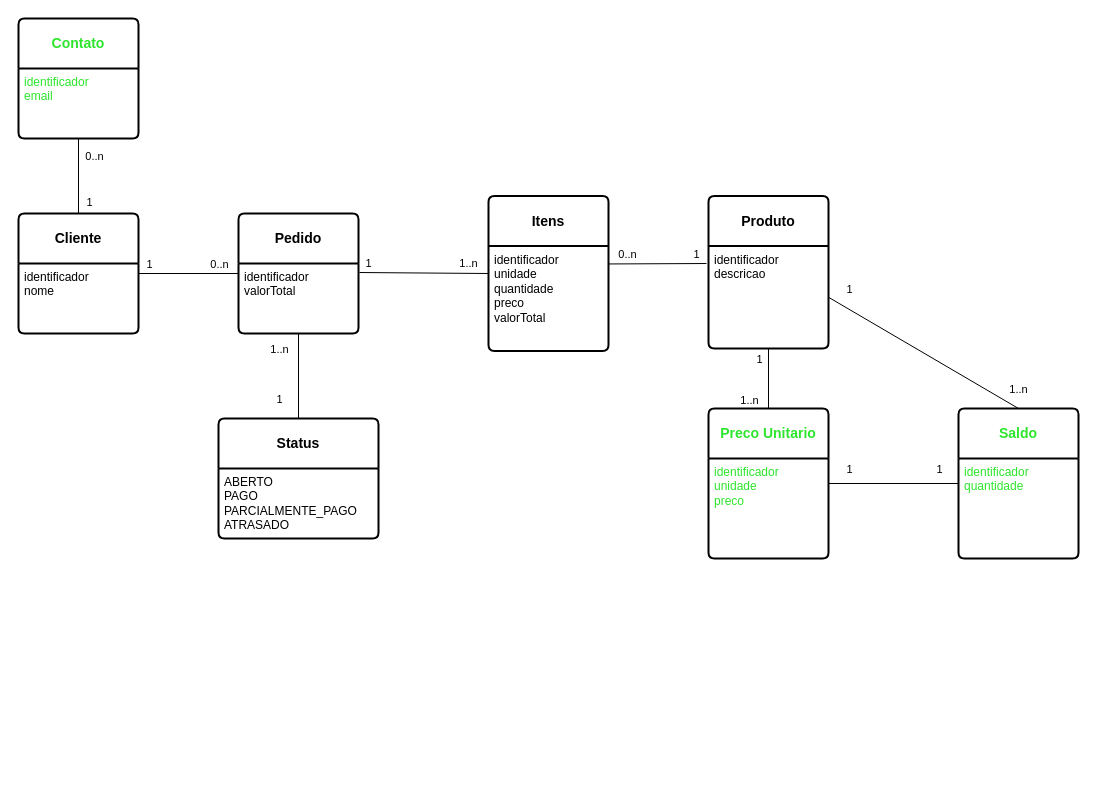
Before: page "Fiado" (2 of 2) of patterns/Algafood.drawio in bcmes/diagrams, a draw.io diagram. Source tidied: cells renumbered, new cells numbered last; positions are measured from the earlier drawing's top-left corner, leaving out a move shared by most shapes. Both pictures are drawn from the tidied source at 100%, with x=0, y=0 at pixel (18, 18).
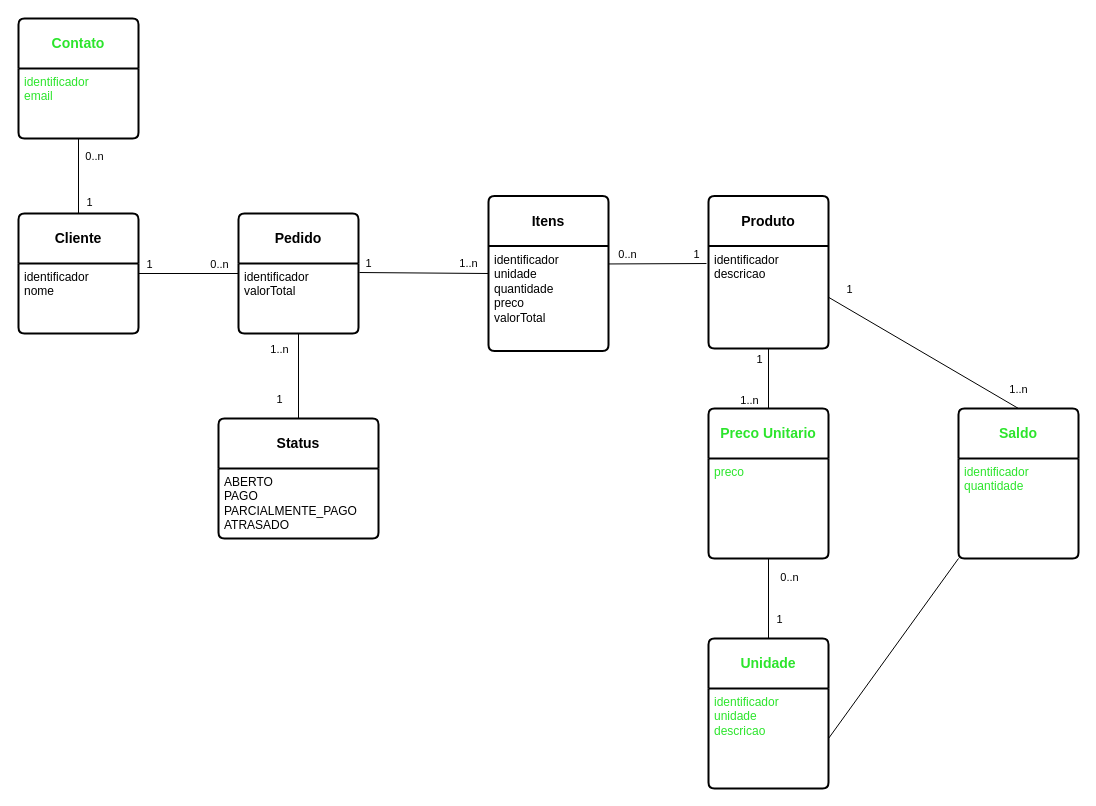
After the change.

Unchanged cells that the change refers to:
```xml
<mxCell id="24" value="&lt;b&gt;Preco Unitario&lt;br&gt;&lt;/b&gt;" style="swimlane;horizontal=1;startSize=50;rounded=1;fontSize=14;fontStyle=0;strokeWidth=2;shadow=0;dashed=0;align=center;arcSize=4;whiteSpace=wrap;html=1;fontColor=#2CE52C;" parent="1" vertex="1">
  <mxGeometry x="690" y="390" width="120" height="150" as="geometry" />
</mxCell>
<mxCell id="35" value="&lt;div&gt;&lt;font color=&quot;#2ce52c&quot;&gt;identificador&lt;/font&gt;&lt;/div&gt;&lt;div&gt;&lt;font color=&quot;#2ce52c&quot;&gt;quantidade&lt;br&gt;&lt;/font&gt;&lt;/div&gt;&lt;font color=&quot;#2ce52c&quot;&gt;&lt;/font&gt;" style="align=left;strokeColor=none;fillColor=none;spacingLeft=4;fontSize=12;verticalAlign=top;html=1;" parent="34" vertex="1">
  <mxGeometry y="50" width="120" height="100" as="geometry" />
</mxCell>
```

The edit, as a diff of the source:
```diff
@@
-    <mxCell id="25" value="&lt;div&gt;&lt;font color=&quot;#2ce52c&quot;&gt;identificador&lt;/font&gt;&lt;/div&gt;&lt;div&gt;&lt;font color=&quot;#2ce52c&quot;&gt;unidade&lt;br&gt;&lt;/font&gt;&lt;/div&gt;&lt;div&gt;&lt;font color=&quot;#2ce52c&quot;&gt;preco&lt;/font&gt;&lt;/div&gt;" style="align=left;strokeColor=none;fillColor=none;spacingLeft=4;fontSize=12;verticalAlign=top;html=1;" parent="24" vertex="1">
+    <mxCell id="25" value="&lt;div&gt;&lt;font color=&quot;#2ce52c&quot;&gt;preco&lt;/font&gt;&lt;/div&gt;" style="align=left;strokeColor=none;fillColor=none;spacingLeft=4;fontSize=12;verticalAlign=top;html=1;" parent="24" vertex="1">
       <mxGeometry y="50" width="120" height="100" as="geometry" />
     </mxCell>
@@
-    <mxCell id="39" style="endArrow=none;html=1;rounded=0;exitX=0;exitY=0.25;exitDx=0;exitDy=0;entryX=1;entryY=0.25;entryDx=0;entryDy=0;" parent="1" edge="1" source="35" target="25">
+    <mxCell id="39" style="endArrow=none;html=1;rounded=0;exitX=0;exitY=1;exitDx=0;exitDy=0;entryX=1;entryY=0.5;entryDx=0;entryDy=0;" parent="1" edge="1" source="35" target="43">
       <mxGeometry relative="1" as="geometry" />
     </mxCell>
-    <mxCell id="40" value="1" style="edgeLabel;html=1;align=center;verticalAlign=middle;" parent="39" vertex="1">
-      <mxGeometry x="0.29" relative="1" as="geometry">
-        <mxPoint x="64" y="-15" as="offset" />
-      </mxGeometry>
-    </mxCell>
-    <mxCell id="41" value="1" style="edgeLabel;html=1;align=center;verticalAlign=middle;" parent="39" vertex="1">
-      <mxGeometry x="0.18" relative="1" as="geometry">
-        <mxPoint x="-33" y="-15" as="offset" />
-      </mxGeometry>
-    </mxCell>
+    <mxCell id="42" value="&lt;b&gt;Unidade&lt;/b&gt;" style="swimlane;horizontal=1;startSize=50;rounded=1;fontSize=14;fontStyle=0;strokeWidth=2;shadow=0;dashed=0;align=center;arcSize=4;whiteSpace=wrap;html=1;fontColor=#2CE52C;" parent="1" vertex="1">
+      <mxGeometry x="690" y="620" width="120" height="150" as="geometry" />
+    </mxCell>
+    <mxCell id="43" value="&lt;div&gt;&lt;font color=&quot;#2ce52c&quot;&gt;identificador&lt;/font&gt;&lt;/div&gt;&lt;div&gt;&lt;font color=&quot;#2ce52c&quot;&gt;unidade&lt;br&gt;&lt;/font&gt;&lt;/div&gt;&lt;div&gt;&lt;font color=&quot;#2ce52c&quot;&gt;descricao&lt;/font&gt;&lt;/div&gt;" style="align=left;strokeColor=none;fillColor=none;spacingLeft=4;fontSize=12;verticalAlign=top;html=1;" parent="42" vertex="1">
+      <mxGeometry y="50" width="120" height="100" as="geometry" />
+    </mxCell>
+    <mxCell id="44" style="endArrow=none;html=1;rounded=0;exitX=0.5;exitY=0;exitDx=0;exitDy=0;entryX=0.5;entryY=1;entryDx=0;entryDy=0;" parent="1" edge="1" source="42" target="24">
+      <mxGeometry relative="1" as="geometry" />
+    </mxCell>
+    <mxCell id="45" value="1" style="edgeLabel;html=1;align=center;verticalAlign=middle;" parent="44" vertex="1">
+      <mxGeometry x="0.29" relative="1" as="geometry">
+        <mxPoint x="10" y="32" as="offset" />
+      </mxGeometry>
+    </mxCell>
+    <mxCell id="46" value="0..n" style="edgeLabel;html=1;align=center;verticalAlign=middle;" parent="44" vertex="1">
+      <mxGeometry x="0.18" relative="1" as="geometry">
+        <mxPoint x="20" y="-15" as="offset" />
+      </mxGeometry>
+    </mxCell>
```
